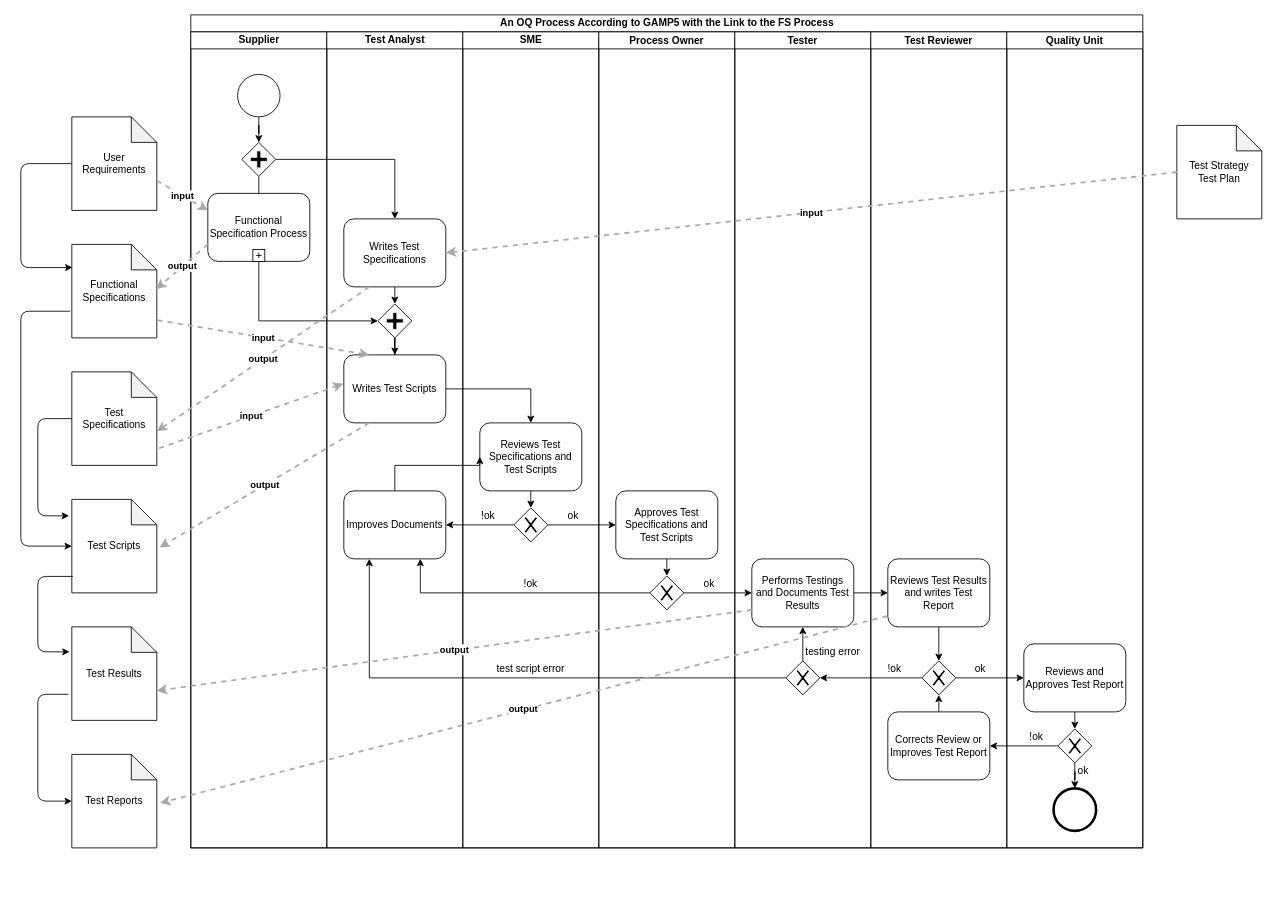
Earlier version of the draw.io diagram documentation/OQ_FS_Process.drawio (sableu/BDD4OQ). Source tidied: cells renumbered, new cells numbered last; positions are measured from the earlier drawing's top-left corner, leaving out a move shared by most shapes. Both pictures are drawn from the tidied source at 85%, with x=0, y=0 at pixel (20, 14).
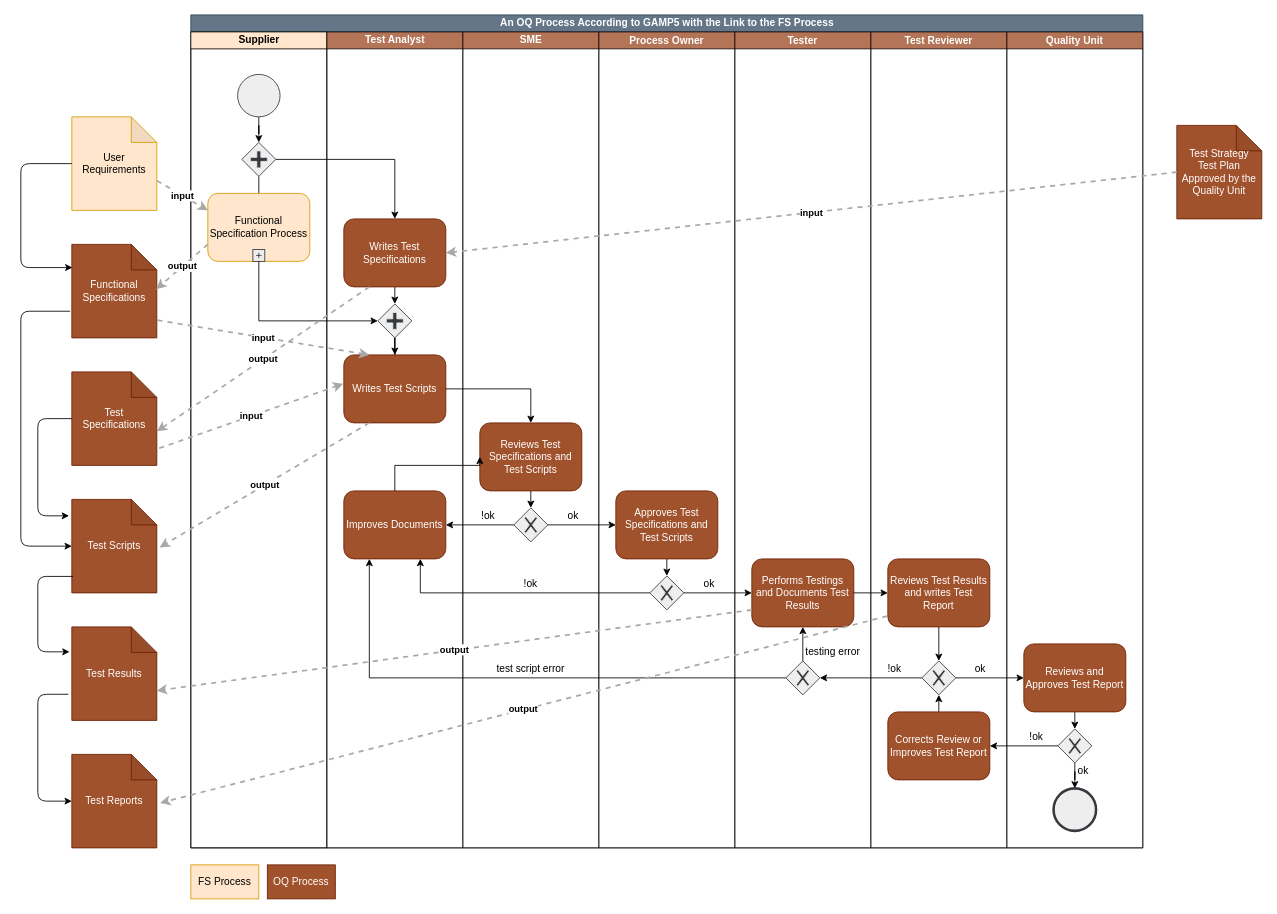
The same diagram, later.

The edit, as a diff of the source:
```diff
@@
-    <mxCell id="2" value="An OQ Process According to GAMP5 with the Link to the FS Process" style="swimlane;html=1;startSize=20;" parent="1" vertex="1">
+    <mxCell id="2" value="An OQ Process According to GAMP5 with the Link to the FS Process" style="swimlane;html=1;startSize=20;fillColor=#647687;strokeColor=#314354;fontColor=#ffffff;" parent="1" vertex="1">
       <mxGeometry x="200" width="1120" height="980" as="geometry" />
     </mxCell>
-    <mxCell id="3" value="Supplier" style="swimlane;html=1;startSize=20;" parent="2" vertex="1">
+    <mxCell id="3" value="Supplier" style="swimlane;html=1;startSize=20;fillColor=#ffe6cc;strokeColor=#000000;" parent="2" vertex="1">
       <mxGeometry y="20" width="160" height="960" as="geometry" />
     </mxCell>
@@
-    <mxCell id="6" style="shape=mxgraph.bpmn.shape;html=1;verticalLabelPosition=bottom;labelBackgroundColor=#ffffff;verticalAlign=top;align=center;perimeter=ellipsePerimeter;outlineConnect=0;outline=standard;symbol=general;" parent="3" vertex="1">
+    <mxCell id="6" style="shape=mxgraph.bpmn.shape;html=1;verticalLabelPosition=bottom;labelBackgroundColor=#ffffff;verticalAlign=top;align=center;perimeter=ellipsePerimeter;outlineConnect=0;outline=standard;symbol=general;fillColor=#eeeeee;strokeColor=#36393d;" parent="3" vertex="1">
       <mxGeometry x="55" y="50" width="50" height="50" as="geometry" />
     </mxCell>
-    <mxCell id="7" style="shape=mxgraph.bpmn.shape;html=1;verticalLabelPosition=bottom;labelBackgroundColor=#ffffff;verticalAlign=top;align=center;perimeter=rhombusPerimeter;background=gateway;outlineConnect=0;outline=none;symbol=parallelGw;" parent="3" vertex="1">
+    <mxCell id="7" style="shape=mxgraph.bpmn.shape;html=1;verticalLabelPosition=bottom;labelBackgroundColor=#ffffff;verticalAlign=top;align=center;perimeter=rhombusPerimeter;background=gateway;outlineConnect=0;outline=none;symbol=parallelGw;fillColor=#eeeeee;strokeColor=#36393d;" parent="3" vertex="1">
       <mxGeometry x="60" y="130" width="40" height="40" as="geometry" />
     </mxCell>
-    <mxCell id="8" value="Functional Specification Process" style="html=1;whiteSpace=wrap;rounded=1;" parent="3" vertex="1">
+    <mxCell id="8" value="Functional Specification Process" style="html=1;whiteSpace=wrap;rounded=1;fillColor=#ffe6cc;strokeColor=#d79b00;" parent="3" vertex="1">
       <mxGeometry x="20" y="190" width="120" height="80" as="geometry" />
     </mxCell>
-    <mxCell id="9" style="html=1;shape=plus;outlineConnect=0;" parent="8" vertex="1">
+    <mxCell id="9" style="html=1;shape=plus;outlineConnect=0;fillColor=#eeeeee;strokeColor=#36393d;" parent="8" vertex="1">
       <mxGeometry x="0.5" y="1" width="14" height="14" relative="1" as="geometry">
         <mxPoint x="-7" y="-14" as="offset" />
       </mxGeometry>
     </mxCell>
-    <mxCell id="10" value="Test Analyst" style="swimlane;html=1;startSize=20;" parent="2" vertex="1">
+    <mxCell id="10" value="Test Analyst" style="swimlane;html=1;startSize=20;fillColor=#a0522d;strokeColor=#000000;fontColor=#ffffff;opacity=80;" parent="2" vertex="1">
       <mxGeometry x="160" y="20" width="160" height="960" as="geometry" />
     </mxCell>
@@
-    <mxCell id="13" value="Writes Test Scripts" style="shape=ext;rounded=1;html=1;whiteSpace=wrap;" parent="10" vertex="1">
+    <mxCell id="13" value="Writes Test Scripts" style="shape=ext;rounded=1;html=1;whiteSpace=wrap;fillColor=#a0522d;strokeColor=#6D1F00;fontColor=#ffffff;" parent="10" vertex="1">
       <mxGeometry x="20" y="380" width="120" height="80" as="geometry" />
     </mxCell>
-    <mxCell id="14" value="Writes Test Specifications" style="shape=ext;rounded=1;html=1;whiteSpace=wrap;" parent="10" vertex="1">
+    <mxCell id="14" value="Writes Test Specifications" style="shape=ext;rounded=1;html=1;whiteSpace=wrap;fillColor=#a0522d;strokeColor=#6D1F00;fontColor=#ffffff;" parent="10" vertex="1">
       <mxGeometry x="20" y="220" width="120" height="80" as="geometry" />
     </mxCell>
-    <mxCell id="15" style="shape=mxgraph.bpmn.shape;html=1;verticalLabelPosition=bottom;labelBackgroundColor=#ffffff;verticalAlign=top;align=center;perimeter=rhombusPerimeter;background=gateway;outlineConnect=0;outline=none;symbol=parallelGw;" parent="10" vertex="1">
+    <mxCell id="15" style="shape=mxgraph.bpmn.shape;html=1;verticalLabelPosition=bottom;labelBackgroundColor=#ffffff;verticalAlign=top;align=center;perimeter=rhombusPerimeter;background=gateway;outlineConnect=0;outline=none;symbol=parallelGw;fillColor=#eeeeee;strokeColor=#36393d;" parent="10" vertex="1">
       <mxGeometry x="60" y="320" width="40" height="40" as="geometry" />
     </mxCell>
-    <mxCell id="16" value="Improves Documents" style="shape=ext;rounded=1;html=1;whiteSpace=wrap;" parent="10" vertex="1">
+    <mxCell id="16" value="Improves Documents" style="shape=ext;rounded=1;html=1;whiteSpace=wrap;fillColor=#a0522d;strokeColor=#6D1F00;fontColor=#ffffff;" parent="10" vertex="1">
       <mxGeometry x="20" y="540" width="120" height="80" as="geometry" />
     </mxCell>
-    <mxCell id="17" value="SME" style="swimlane;html=1;startSize=20;" parent="2" vertex="1">
+    <mxCell id="17" value="SME" style="swimlane;html=1;startSize=20;fillColor=#a0522d;strokeColor=#000000;fontColor=#ffffff;opacity=80;" parent="2" vertex="1">
       <mxGeometry x="320" y="20" width="160" height="960" as="geometry" />
     </mxCell>
@@
-    <mxCell id="20" value="Reviews Test Specifications and Test Scripts" style="shape=ext;rounded=1;html=1;whiteSpace=wrap;" parent="17" vertex="1">
+    <mxCell id="20" value="Reviews Test Specifications and Test Scripts" style="shape=ext;rounded=1;html=1;whiteSpace=wrap;fillColor=#a0522d;strokeColor=#6D1F00;fontColor=#ffffff;" parent="17" vertex="1">
       <mxGeometry x="20" y="460" width="120" height="80" as="geometry" />
     </mxCell>
-    <mxCell id="21" style="shape=mxgraph.bpmn.shape;html=1;verticalLabelPosition=bottom;labelBackgroundColor=#ffffff;verticalAlign=top;align=center;perimeter=rhombusPerimeter;background=gateway;outlineConnect=0;outline=none;symbol=exclusiveGw;" parent="17" vertex="1">
+    <mxCell id="21" style="shape=mxgraph.bpmn.shape;html=1;verticalLabelPosition=bottom;labelBackgroundColor=#ffffff;verticalAlign=top;align=center;perimeter=rhombusPerimeter;background=gateway;outlineConnect=0;outline=none;symbol=exclusiveGw;fillColor=#eeeeee;strokeColor=#36393d;" parent="17" vertex="1">
       <mxGeometry x="60" y="560" width="40" height="40" as="geometry" />
     </mxCell>
@@
-    <mxCell id="25" value="Process Owner" style="swimlane;startSize=20;" parent="2" vertex="1">
+    <mxCell id="25" value="Process Owner" style="swimlane;startSize=20;fillColor=#a0522d;strokeColor=#000000;fontColor=#ffffff;opacity=80;" parent="2" vertex="1">
       <mxGeometry x="480" y="20" width="160" height="960" as="geometry" />
     </mxCell>
@@
-    <mxCell id="27" style="shape=mxgraph.bpmn.shape;html=1;verticalLabelPosition=bottom;labelBackgroundColor=#ffffff;verticalAlign=top;align=center;perimeter=rhombusPerimeter;background=gateway;outlineConnect=0;outline=none;symbol=exclusiveGw;" parent="25" vertex="1">
+    <mxCell id="27" style="shape=mxgraph.bpmn.shape;html=1;verticalLabelPosition=bottom;labelBackgroundColor=#ffffff;verticalAlign=top;align=center;perimeter=rhombusPerimeter;background=gateway;outlineConnect=0;outline=none;symbol=exclusiveGw;fillColor=#eeeeee;strokeColor=#36393d;" parent="25" vertex="1">
       <mxGeometry x="60" y="640" width="40" height="40" as="geometry" />
     </mxCell>
-    <mxCell id="28" value="Approves Test Specifications and Test Scripts" style="shape=ext;rounded=1;html=1;whiteSpace=wrap;" parent="25" vertex="1">
+    <mxCell id="28" value="Approves Test Specifications and Test Scripts" style="shape=ext;rounded=1;html=1;whiteSpace=wrap;fillColor=#a0522d;strokeColor=#6D1F00;fontColor=#ffffff;" parent="25" vertex="1">
       <mxGeometry x="20" y="540" width="120" height="80" as="geometry" />
     </mxCell>
@@
-    <mxCell id="30" value="Tester" style="swimlane;startSize=20;" parent="2" vertex="1">
+    <mxCell id="30" value="Tester" style="swimlane;startSize=20;fillColor=#a0522d;strokeColor=#000000;fontColor=#ffffff;opacity=80;" parent="2" vertex="1">
       <mxGeometry x="640" y="20" width="160" height="960" as="geometry" />
     </mxCell>
@@
-    <mxCell id="32" style="shape=mxgraph.bpmn.shape;html=1;verticalLabelPosition=bottom;labelBackgroundColor=#ffffff;verticalAlign=top;align=center;perimeter=rhombusPerimeter;background=gateway;outlineConnect=0;outline=none;symbol=exclusiveGw;" parent="30" vertex="1">
+    <mxCell id="32" style="shape=mxgraph.bpmn.shape;html=1;verticalLabelPosition=bottom;labelBackgroundColor=#ffffff;verticalAlign=top;align=center;perimeter=rhombusPerimeter;background=gateway;outlineConnect=0;outline=none;symbol=exclusiveGw;fillColor=#eeeeee;strokeColor=#36393d;" parent="30" vertex="1">
       <mxGeometry x="60" y="740" width="40" height="40" as="geometry" />
     </mxCell>
-    <mxCell id="33" value="Performs Testings and Documents Test Results" style="shape=ext;rounded=1;html=1;whiteSpace=wrap;" parent="30" vertex="1">
+    <mxCell id="33" value="Performs Testings and Documents Test Results" style="shape=ext;rounded=1;html=1;whiteSpace=wrap;fillColor=#a0522d;strokeColor=#6D1F00;fontColor=#ffffff;" parent="30" vertex="1">
       <mxGeometry x="20" y="620" width="120" height="80" as="geometry" />
     </mxCell>
@@
-    <mxCell id="35" value="Test Reviewer" style="swimlane;startSize=20;" parent="2" vertex="1">
+    <mxCell id="35" value="Test Reviewer" style="swimlane;startSize=20;fillColor=#a0522d;strokeColor=#000000;fontColor=#ffffff;opacity=80;" parent="2" vertex="1">
       <mxGeometry x="800" y="20" width="160" height="960" as="geometry" />
     </mxCell>
@@
-    <mxCell id="39" value="Reviews Test Results and writes Test Report" style="shape=ext;rounded=1;html=1;whiteSpace=wrap;" parent="35" vertex="1">
+    <mxCell id="39" value="Reviews Test Results and writes Test Report" style="shape=ext;rounded=1;html=1;whiteSpace=wrap;fillColor=#a0522d;strokeColor=#6D1F00;fontColor=#ffffff;" parent="35" vertex="1">
       <mxGeometry x="20" y="620" width="120" height="80" as="geometry" />
     </mxCell>
-    <mxCell id="40" style="shape=mxgraph.bpmn.shape;html=1;verticalLabelPosition=bottom;labelBackgroundColor=#ffffff;verticalAlign=top;align=center;perimeter=rhombusPerimeter;background=gateway;outlineConnect=0;outline=none;symbol=exclusiveGw;" parent="35" vertex="1">
+    <mxCell id="40" style="shape=mxgraph.bpmn.shape;html=1;verticalLabelPosition=bottom;labelBackgroundColor=#ffffff;verticalAlign=top;align=center;perimeter=rhombusPerimeter;background=gateway;outlineConnect=0;outline=none;symbol=exclusiveGw;fillColor=#eeeeee;strokeColor=#36393d;" parent="35" vertex="1">
       <mxGeometry x="60" y="740" width="40" height="40" as="geometry" />
     </mxCell>
-    <mxCell id="41" value="Corrects Review or Improves Test Report" style="shape=ext;rounded=1;html=1;whiteSpace=wrap;" parent="35" vertex="1">
+    <mxCell id="41" value="Corrects Review or Improves Test Report" style="shape=ext;rounded=1;html=1;whiteSpace=wrap;fillColor=#a0522d;strokeColor=#6D1F00;fontColor=#ffffff;" parent="35" vertex="1">
       <mxGeometry x="20" y="800" width="120" height="80" as="geometry" />
     </mxCell>
@@
-    <mxCell id="43" value="Quality Unit" style="swimlane;startSize=20;" parent="2" vertex="1">
+    <mxCell id="43" value="Quality Unit" style="swimlane;startSize=20;fillColor=#a0522d;strokeColor=#000000;fontColor=#ffffff;opacity=80;" parent="2" vertex="1">
       <mxGeometry x="960" y="20" width="160" height="960" as="geometry" />
     </mxCell>
@@
-    <mxCell id="47" style="shape=mxgraph.bpmn.shape;html=1;verticalLabelPosition=bottom;labelBackgroundColor=#ffffff;verticalAlign=top;align=center;perimeter=ellipsePerimeter;outlineConnect=0;outline=end;symbol=general;" parent="43" vertex="1">
+    <mxCell id="47" style="shape=mxgraph.bpmn.shape;html=1;verticalLabelPosition=bottom;labelBackgroundColor=#ffffff;verticalAlign=top;align=center;perimeter=ellipsePerimeter;outlineConnect=0;outline=end;symbol=general;fillColor=#eeeeee;strokeColor=#36393d;" parent="43" vertex="1">
       <mxGeometry x="55" y="890" width="50" height="50" as="geometry" />
     </mxCell>
-    <mxCell id="48" value="Reviews and Approves Test Report" style="shape=ext;rounded=1;html=1;whiteSpace=wrap;" parent="43" vertex="1">
+    <mxCell id="48" value="Reviews and Approves Test Report" style="shape=ext;rounded=1;html=1;whiteSpace=wrap;fillColor=#a0522d;strokeColor=#6D1F00;fontColor=#ffffff;" parent="43" vertex="1">
       <mxGeometry x="20" y="720" width="120" height="80" as="geometry" />
     </mxCell>
-    <mxCell id="49" style="shape=mxgraph.bpmn.shape;html=1;verticalLabelPosition=bottom;labelBackgroundColor=#ffffff;verticalAlign=top;align=center;perimeter=rhombusPerimeter;background=gateway;outlineConnect=0;outline=none;symbol=exclusiveGw;" parent="43" vertex="1">
+    <mxCell id="49" style="shape=mxgraph.bpmn.shape;html=1;verticalLabelPosition=bottom;labelBackgroundColor=#ffffff;verticalAlign=top;align=center;perimeter=rhombusPerimeter;background=gateway;outlineConnect=0;outline=none;symbol=exclusiveGw;fillColor=#eeeeee;strokeColor=#36393d;" parent="43" vertex="1">
       <mxGeometry x="60" y="820" width="40" height="40" as="geometry" />
     </mxCell>
@@
-    <mxCell id="64" value="User Requirements" style="shape=note;whiteSpace=wrap;html=1;backgroundOutline=1;darkOpacity=0.05;" parent="1" vertex="1">
+    <mxCell id="64" value="User Requirements" style="shape=note;whiteSpace=wrap;html=1;backgroundOutline=1;darkOpacity=0.05;fillColor=#ffe6cc;strokeColor=#d79b00;" parent="1" vertex="1">
       <mxGeometry x="60" y="120" width="100" height="110" as="geometry" />
     </mxCell>
-    <mxCell id="65" value="Test Specifications" style="shape=note;whiteSpace=wrap;html=1;backgroundOutline=1;darkOpacity=0.05;" parent="1" vertex="1">
+    <mxCell id="65" value="Test Specifications" style="shape=note;whiteSpace=wrap;html=1;backgroundOutline=1;darkOpacity=0.05;fillColor=#a0522d;strokeColor=#6D1F00;fontColor=#ffffff;" parent="1" vertex="1">
       <mxGeometry x="60" y="420" width="100" height="110" as="geometry" />
     </mxCell>
-    <mxCell id="66" value="Test Scripts" style="shape=note;whiteSpace=wrap;html=1;backgroundOutline=1;darkOpacity=0.05;" parent="1" vertex="1">
+    <mxCell id="66" value="Test Scripts" style="shape=note;whiteSpace=wrap;html=1;backgroundOutline=1;darkOpacity=0.05;fillColor=#a0522d;strokeColor=#6D1F00;fontColor=#ffffff;" parent="1" vertex="1">
       <mxGeometry x="60" y="570" width="100" height="110" as="geometry" />
     </mxCell>
-    <mxCell id="67" value="Test Results" style="shape=note;whiteSpace=wrap;html=1;backgroundOutline=1;darkOpacity=0.05;" parent="1" vertex="1">
+    <mxCell id="67" value="Test Results" style="shape=note;whiteSpace=wrap;html=1;backgroundOutline=1;darkOpacity=0.05;fillColor=#a0522d;strokeColor=#6D1F00;fontColor=#ffffff;" parent="1" vertex="1">
       <mxGeometry x="60" y="720" width="100" height="110" as="geometry" />
     </mxCell>
-    <mxCell id="68" value="Test Reports" style="shape=note;whiteSpace=wrap;html=1;backgroundOutline=1;darkOpacity=0.05;" parent="1" vertex="1">
+    <mxCell id="68" value="Test Reports" style="shape=note;whiteSpace=wrap;html=1;backgroundOutline=1;darkOpacity=0.05;fillColor=#a0522d;strokeColor=#6D1F00;fontColor=#ffffff;" parent="1" vertex="1">
       <mxGeometry x="60" y="870" width="100" height="110" as="geometry" />
     </mxCell>
@@
-    <mxCell id="74" value="Functional Specifications" style="shape=note;whiteSpace=wrap;html=1;backgroundOutline=1;darkOpacity=0.05;" parent="1" vertex="1">
+    <mxCell id="74" value="Functional Specifications" style="shape=note;whiteSpace=wrap;html=1;backgroundOutline=1;darkOpacity=0.05;fillColor=#a0522d;strokeColor=#6D1F00;fontColor=#ffffff;" parent="1" vertex="1">
       <mxGeometry x="60" y="270" width="100" height="110" as="geometry" />
     </mxCell>
@@
-    <mxCell id="83" value="Test Strategy&lt;br&gt;Test Plan" style="shape=note;whiteSpace=wrap;html=1;backgroundOutline=1;darkOpacity=0.05;" parent="1" vertex="1">
+    <mxCell id="83" value="Test Strategy&lt;br&gt;Test Plan&lt;br&gt;Approved by the Quality Unit" style="shape=note;whiteSpace=wrap;html=1;backgroundOutline=1;darkOpacity=0.05;fillColor=#a0522d;strokeColor=#6D1F00;fontColor=#ffffff;" parent="1" vertex="1">
       <mxGeometry x="1360" y="130" width="100" height="110" as="geometry" />
     </mxCell>
@@
+    <mxCell id="85" value="FS Process" style="rounded=0;whiteSpace=wrap;html=1;fillColor=#ffe6cc;strokeColor=#d79b00;" parent="1" vertex="1">
+      <mxGeometry x="200" y="1000" width="80" height="40" as="geometry" />
+    </mxCell>
+    <mxCell id="86" value="OQ Process" style="rounded=0;whiteSpace=wrap;html=1;fillColor=#a0522d;strokeColor=#6D1F00;fontColor=#ffffff;" parent="1" vertex="1">
+      <mxGeometry x="290" y="1000" width="80" height="40" as="geometry" />
+    </mxCell>
```
